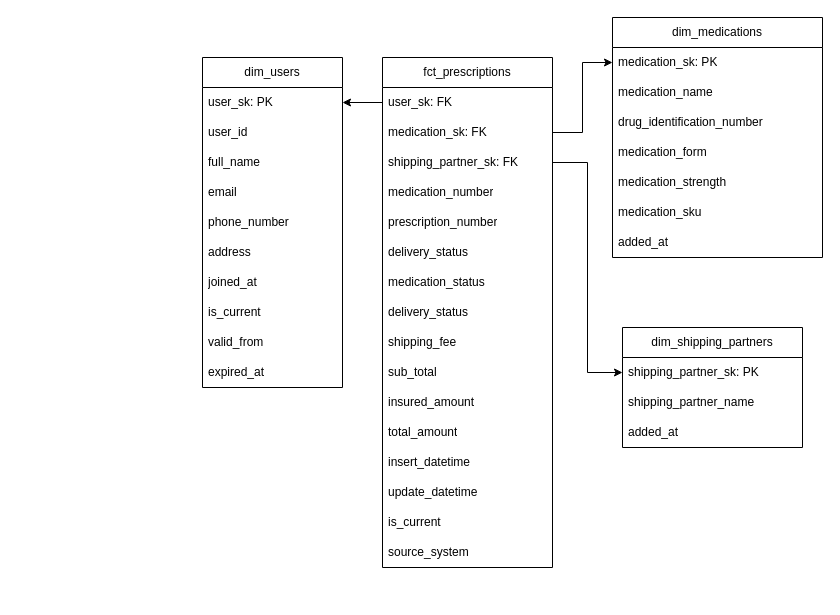
Above: dbt_prescriptions_model.drawio in elyousfi-omar/E-Pharmacy-Prescriptions-Data-Analytics-Platform---Snowflake-dbt-Python (draw.io), before the change. Source tidied: cells renumbered, new cells numbered last; positions are measured from the earlier drawing's top-left corner, leaving out a move shared by most shapes. Both pictures are drawn from the tidied source at 100%, with x=0, y=0 at pixel (202, 17).
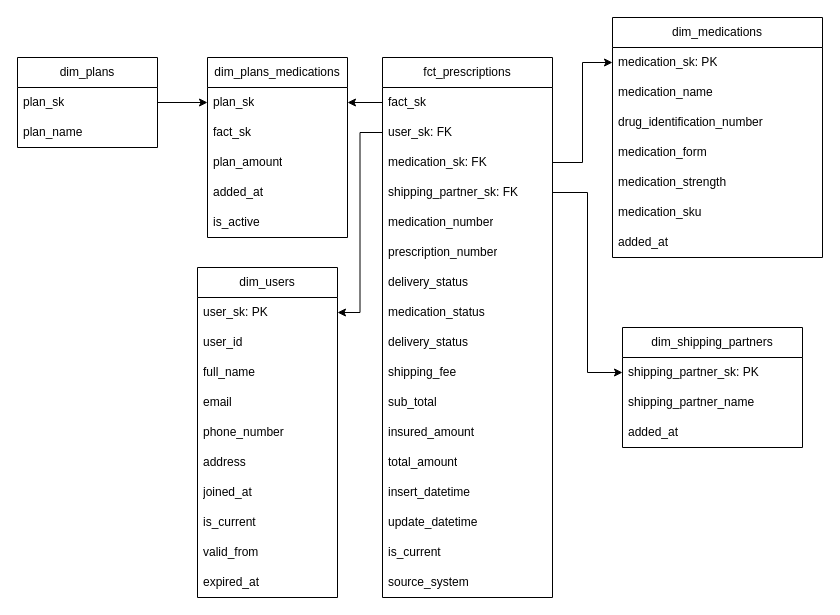
Above is the later version.

Commit message (it also covers changes not shown here):
feat: - users & medications staging models - users & medications dimensions - setup dbt project yaml

What changed in the source:
```diff
@@
     <mxCell id="2" value="dim_users" style="swimlane;fontStyle=0;horizontal=1;startSize=30;whiteSpace=wrap;html=1;" parent="1" vertex="1">
-      <mxGeometry y="40" width="140" height="330" as="geometry" />
+      <mxGeometry x="-5" y="250" width="140" height="330" as="geometry" />
     </mxCell>
@@
     <mxCell id="13" value="fct_prescriptions" style="swimlane;fontStyle=0;horizontal=1;startSize=30;whiteSpace=wrap;html=1;" parent="1" vertex="1">
-      <mxGeometry x="180" y="40" width="170" height="510" as="geometry" />
+      <mxGeometry x="180" y="40" width="170" height="540" as="geometry" />
     </mxCell>
+    <mxCell id="45" value="fact_sk" style="text;strokeColor=none;fillColor=none;align=left;verticalAlign=middle;spacingLeft=4;spacingRight=4;overflow=hidden;points=[[0,0.5],[1,0.5]];portConstraint=eastwest;whiteSpace=wrap;html=1;" parent="13" vertex="1">
+      <mxGeometry y="30" width="170" height="30" as="geometry" />
+    </mxCell>
     <mxCell id="14" value="user_sk: FK" style="text;strokeColor=none;fillColor=none;align=left;verticalAlign=middle;spacingLeft=4;spacingRight=4;overflow=hidden;points=[[0,0.5],[1,0.5]];portConstraint=eastwest;whiteSpace=wrap;html=1;" parent="13" vertex="1">
-      <mxGeometry y="30" width="170" height="30" as="geometry" />
+      <mxGeometry y="60" width="170" height="30" as="geometry" />
     </mxCell>
     <mxCell id="15" value="medication_sk: FK" style="text;strokeColor=none;fillColor=none;align=left;verticalAlign=middle;spacingLeft=4;spacingRight=4;overflow=hidden;points=[[0,0.5],[1,0.5]];portConstraint=eastwest;whiteSpace=wrap;html=1;" parent="13" vertex="1">
-      <mxGeometry y="60" width="170" height="30" as="geometry" />
+      <mxGeometry y="90" width="170" height="30" as="geometry" />
     </mxCell>
     <mxCell id="16" value="shipping_partner_sk: FK" style="text;strokeColor=none;fillColor=none;align=left;verticalAlign=middle;spacingLeft=4;spacingRight=4;overflow=hidden;points=[[0,0.5],[1,0.5]];portConstraint=eastwest;whiteSpace=wrap;html=1;" parent="13" vertex="1">
-      <mxGeometry y="90" width="170" height="30" as="geometry" />
+      <mxGeometry y="120" width="170" height="30" as="geometry" />
     </mxCell>
     <mxCell id="17" value="medication_number" style="text;strokeColor=none;fillColor=none;align=left;verticalAlign=middle;spacingLeft=4;spacingRight=4;overflow=hidden;whiteSpace=wrap;html=1;" parent="13" vertex="1">
-      <mxGeometry y="120" width="170" height="30" as="geometry" />
+      <mxGeometry y="150" width="170" height="30" as="geometry" />
     </mxCell>
     <mxCell id="18" value="prescription_number" style="text;strokeColor=none;fillColor=none;align=left;verticalAlign=middle;spacingLeft=4;spacingRight=4;overflow=hidden;whiteSpace=wrap;html=1;" parent="13" vertex="1">
-      <mxGeometry y="150" width="170" height="30" as="geometry" />
+      <mxGeometry y="180" width="170" height="30" as="geometry" />
     </mxCell>
     <mxCell id="19" value="delivery_status" style="text;strokeColor=none;fillColor=none;align=left;verticalAlign=middle;spacingLeft=4;spacingRight=4;overflow=hidden;whiteSpace=wrap;html=1;" parent="13" vertex="1">
-      <mxGeometry y="180" width="170" height="30" as="geometry" />
+      <mxGeometry y="210" width="170" height="30" as="geometry" />
     </mxCell>
     <mxCell id="20" value="medication_status" style="text;strokeColor=none;fillColor=none;align=left;verticalAlign=middle;spacingLeft=4;spacingRight=4;overflow=hidden;whiteSpace=wrap;html=1;" parent="13" vertex="1">
-      <mxGeometry y="210" width="170" height="30" as="geometry" />
+      <mxGeometry y="240" width="170" height="30" as="geometry" />
     </mxCell>
     <mxCell id="21" value="delivery_status" style="text;strokeColor=none;fillColor=none;align=left;verticalAlign=middle;spacingLeft=4;spacingRight=4;overflow=hidden;whiteSpace=wrap;html=1;" parent="13" vertex="1">
-      <mxGeometry y="240" width="170" height="30" as="geometry" />
+      <mxGeometry y="270" width="170" height="30" as="geometry" />
     </mxCell>
     <mxCell id="22" value="shipping_fee" style="text;strokeColor=none;fillColor=none;align=left;verticalAlign=middle;spacingLeft=4;spacingRight=4;overflow=hidden;whiteSpace=wrap;html=1;" parent="13" vertex="1">
-      <mxGeometry y="270" width="170" height="30" as="geometry" />
+      <mxGeometry y="300" width="170" height="30" as="geometry" />
     </mxCell>
     <mxCell id="23" value="sub_total" style="text;strokeColor=none;fillColor=none;align=left;verticalAlign=middle;spacingLeft=4;spacingRight=4;overflow=hidden;whiteSpace=wrap;html=1;" parent="13" vertex="1">
-      <mxGeometry y="300" width="170" height="30" as="geometry" />
+      <mxGeometry y="330" width="170" height="30" as="geometry" />
     </mxCell>
     <mxCell id="24" value="insured_amount" style="text;strokeColor=none;fillColor=none;align=left;verticalAlign=middle;spacingLeft=4;spacingRight=4;overflow=hidden;whiteSpace=wrap;html=1;" parent="13" vertex="1">
-      <mxGeometry y="330" width="170" height="30" as="geometry" />
+      <mxGeometry y="360" width="170" height="30" as="geometry" />
     </mxCell>
     <mxCell id="25" value="total_amount" style="text;strokeColor=none;fillColor=none;align=left;verticalAlign=middle;spacingLeft=4;spacingRight=4;overflow=hidden;whiteSpace=wrap;html=1;" parent="13" vertex="1">
-      <mxGeometry y="360" width="170" height="30" as="geometry" />
+      <mxGeometry y="390" width="170" height="30" as="geometry" />
     </mxCell>
     <mxCell id="26" value="insert_datetime" style="text;strokeColor=none;fillColor=none;align=left;verticalAlign=middle;spacingLeft=4;spacingRight=4;overflow=hidden;whiteSpace=wrap;html=1;" parent="13" vertex="1">
-      <mxGeometry y="390" width="170" height="30" as="geometry" />
+      <mxGeometry y="420" width="170" height="30" as="geometry" />
     </mxCell>
     <mxCell id="27" value="update_datetime" style="text;strokeColor=none;fillColor=none;align=left;verticalAlign=middle;spacingLeft=4;spacingRight=4;overflow=hidden;whiteSpace=wrap;html=1;" parent="13" vertex="1">
-      <mxGeometry y="420" width="170" height="30" as="geometry" />
+      <mxGeometry y="450" width="170" height="30" as="geometry" />
     </mxCell>
     <mxCell id="28" value="is_current" style="text;strokeColor=none;fillColor=none;align=left;verticalAlign=middle;spacingLeft=4;spacingRight=4;overflow=hidden;whiteSpace=wrap;html=1;" parent="13" vertex="1">
-      <mxGeometry y="450" width="170" height="30" as="geometry" />
+      <mxGeometry y="480" width="170" height="30" as="geometry" />
     </mxCell>
     <mxCell id="29" value="source_system" style="text;strokeColor=none;fillColor=none;align=left;verticalAlign=middle;spacingLeft=4;spacingRight=4;overflow=hidden;whiteSpace=wrap;html=1;" parent="13" vertex="1">
-      <mxGeometry y="480" width="170" height="30" as="geometry" />
+      <mxGeometry y="510" width="170" height="30" as="geometry" />
     </mxCell>
@@
+    <mxCell id="46" value="dim_plans" style="swimlane;fontStyle=0;horizontal=1;startSize=30;whiteSpace=wrap;html=1;" parent="1" vertex="1">
+      <mxGeometry x="-185" y="40" width="140" height="90" as="geometry" />
+    </mxCell>
+    <mxCell id="47" value="plan_sk" style="text;strokeColor=none;fillColor=none;align=left;verticalAlign=middle;spacingLeft=4;spacingRight=4;overflow=hidden;points=[[0,0.5],[1,0.5]];portConstraint=eastwest;whiteSpace=wrap;html=1;" parent="46" vertex="1">
+      <mxGeometry y="30" width="140" height="30" as="geometry" />
+    </mxCell>
+    <mxCell id="48" value="plan_name" style="text;strokeColor=none;fillColor=none;align=left;verticalAlign=middle;spacingLeft=4;spacingRight=4;overflow=hidden;whiteSpace=wrap;html=1;" parent="46" vertex="1">
+      <mxGeometry y="60" width="140" height="30" as="geometry" />
+    </mxCell>
+    <mxCell id="49" value="dim_plans_medications" style="swimlane;fontStyle=0;horizontal=1;startSize=30;whiteSpace=wrap;html=1;" parent="1" vertex="1">
+      <mxGeometry x="5" y="40" width="140" height="180" as="geometry" />
+    </mxCell>
+    <mxCell id="50" value="plan_sk" style="text;strokeColor=none;fillColor=none;align=left;verticalAlign=middle;spacingLeft=4;spacingRight=4;overflow=hidden;points=[[0,0.5],[1,0.5]];portConstraint=eastwest;whiteSpace=wrap;html=1;" parent="49" vertex="1">
+      <mxGeometry y="30" width="140" height="30" as="geometry" />
+    </mxCell>
+    <mxCell id="51" value="fact_sk" style="text;strokeColor=none;fillColor=none;align=left;verticalAlign=middle;spacingLeft=4;spacingRight=4;overflow=hidden;whiteSpace=wrap;html=1;" parent="49" vertex="1">
+      <mxGeometry y="60" width="140" height="30" as="geometry" />
+    </mxCell>
+    <mxCell id="52" value="plan_amount" style="text;strokeColor=none;fillColor=none;align=left;verticalAlign=middle;spacingLeft=4;spacingRight=4;overflow=hidden;whiteSpace=wrap;html=1;" parent="49" vertex="1">
+      <mxGeometry y="90" width="140" height="30" as="geometry" />
+    </mxCell>
+    <mxCell id="53" value="added_at" style="text;strokeColor=none;fillColor=none;align=left;verticalAlign=middle;spacingLeft=4;spacingRight=4;overflow=hidden;whiteSpace=wrap;html=1;" parent="49" vertex="1">
+      <mxGeometry y="120" width="140" height="30" as="geometry" />
+    </mxCell>
+    <mxCell id="54" value="is_active" style="text;strokeColor=none;fillColor=none;align=left;verticalAlign=middle;spacingLeft=4;spacingRight=4;overflow=hidden;whiteSpace=wrap;html=1;" parent="49" vertex="1">
+      <mxGeometry y="150" width="140" height="30" as="geometry" />
+    </mxCell>
+    <mxCell id="55" style="edgeStyle=orthogonalEdgeStyle;rounded=0;jettySize=auto;html=1;exitX=1;exitY=0.5;exitDx=0;exitDy=0;entryX=0;entryY=0.5;entryDx=0;entryDy=0;" parent="1" edge="1" source="47" target="50">
+      <mxGeometry relative="1" as="geometry" />
+    </mxCell>
+    <mxCell id="56" style="edgeStyle=orthogonalEdgeStyle;rounded=0;jettySize=auto;html=1;exitX=0;exitY=0.5;exitDx=0;exitDy=0;entryX=1;entryY=0.5;entryDx=0;entryDy=0;" parent="1" edge="1" source="45" target="50">
+      <mxGeometry relative="1" as="geometry" />
+    </mxCell>
```
